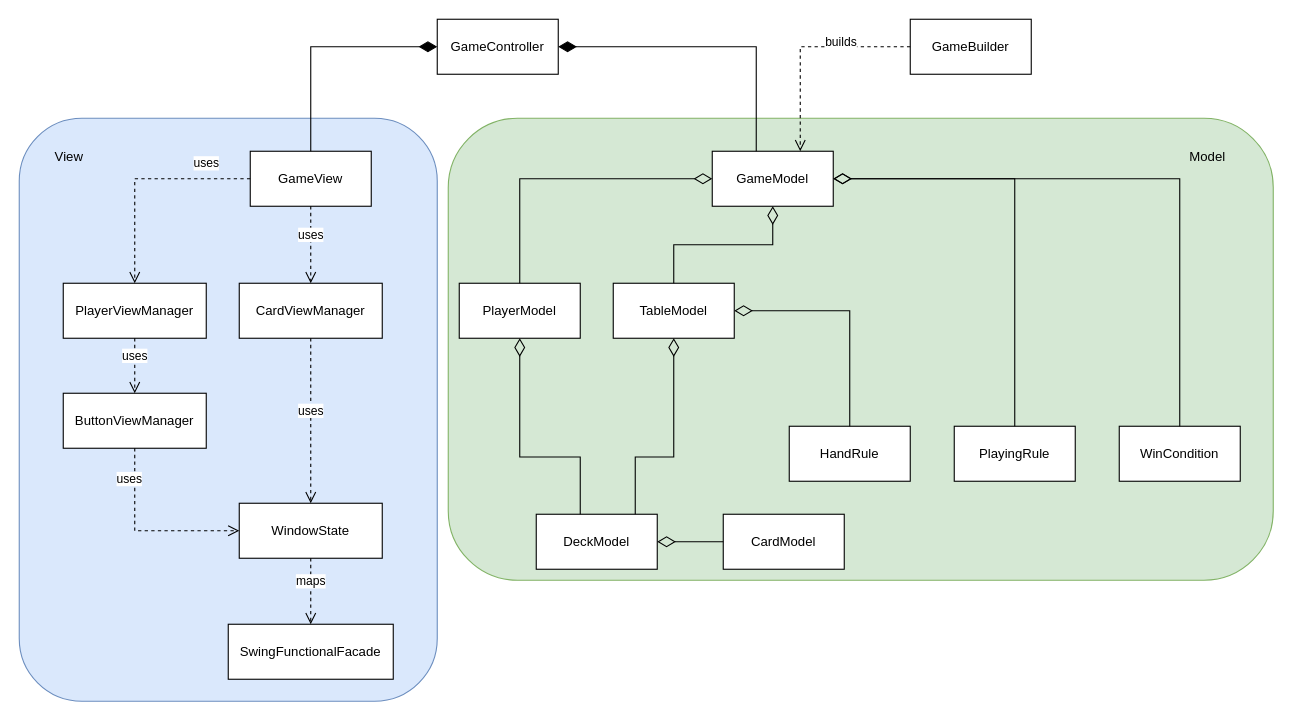
Above: page "engine" (2 of 4) of docs/uml/ad_uml.drawio in Oldranda1414/PPS-23-CGE (draw.io), before the change. Source tidied: cells renumbered, new cells numbered last; positions are measured from the earlier drawing's top-left corner, leaving out a move shared by most shapes. Both pictures are drawn from the tidied source at 110%, with x=0, y=0 at pixel (19, 19).
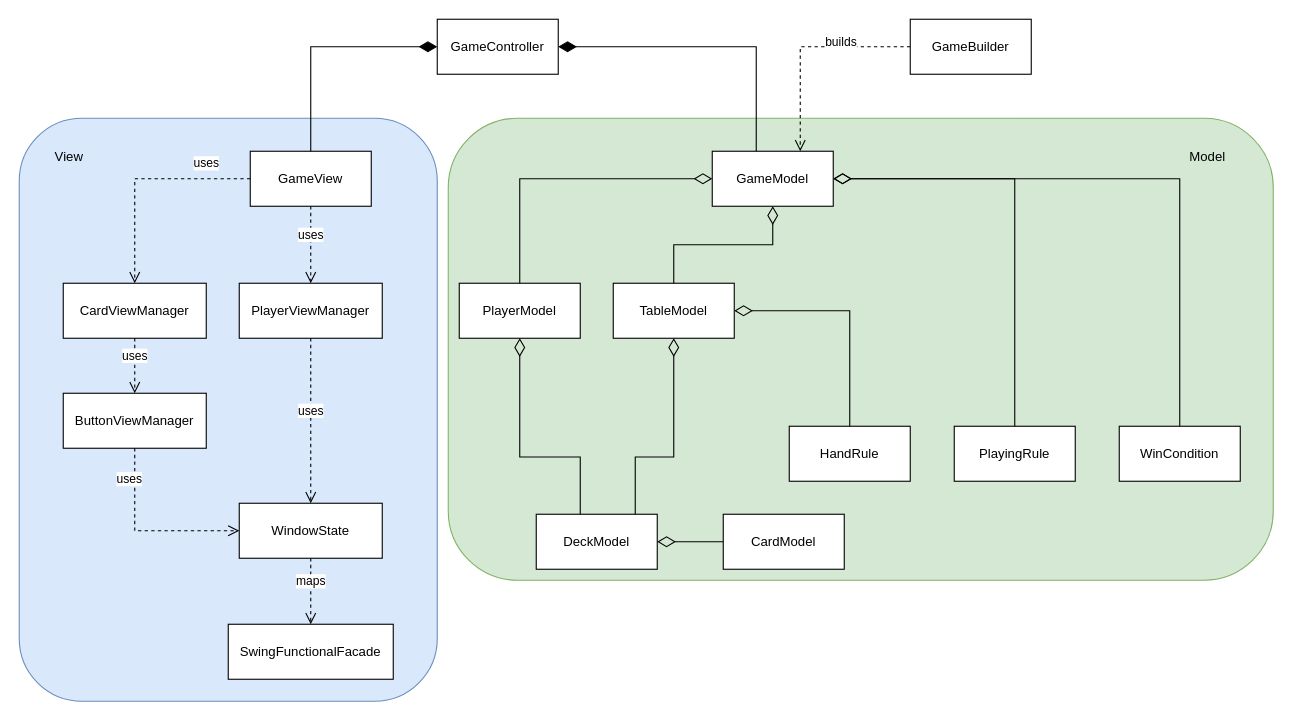
The same diagram, later.

The edit, as a diff of the source:
```diff
@@
-    <mxCell id="25" value="PlayerViewManager" style="html=1;whiteSpace=wrap;" parent="1" vertex="1">
+    <mxCell id="25" value="CardViewManager" style="html=1;whiteSpace=wrap;" parent="1" vertex="1">
       <mxGeometry x="40" y="240" width="130" height="50" as="geometry" />
     </mxCell>
-    <mxCell id="26" value="CardViewManager" style="html=1;whiteSpace=wrap;" parent="1" vertex="1">
+    <mxCell id="26" value="PlayerViewManager" style="html=1;whiteSpace=wrap;" parent="1" vertex="1">
       <mxGeometry x="200" y="240" width="130" height="50" as="geometry" />
     </mxCell>
```
